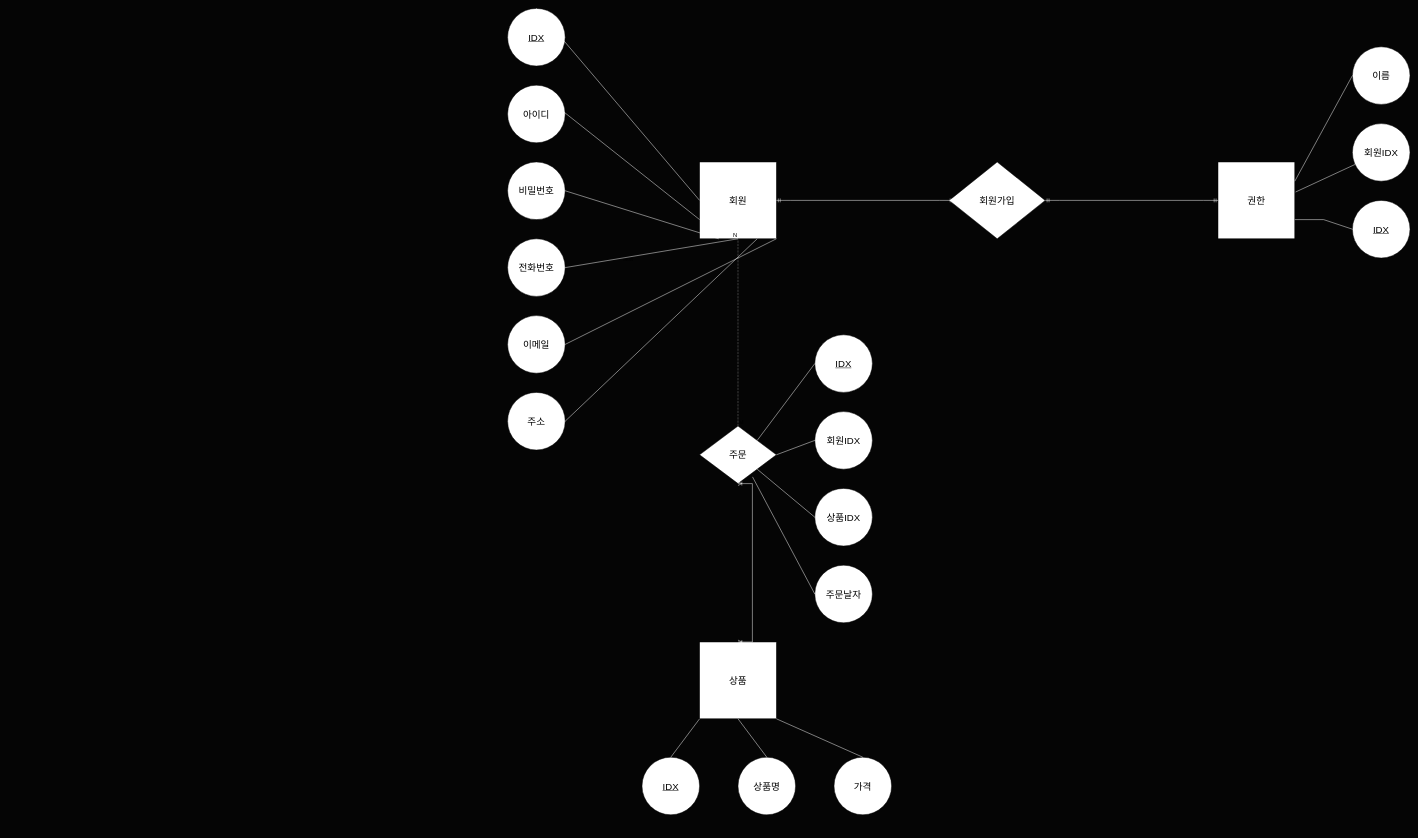
Before: src/main/java/DB E-R Diagram.drawio in kjw1995/eCommerce, a draw.io diagram. Source tidied: cells renumbered, new cells numbered last; positions are measured from the earlier drawing's top-left corner, leaving out a move shared by most shapes. Both pictures are drawn from the tidied source at 48%, with x=0, y=0 at pixel (507, 8).
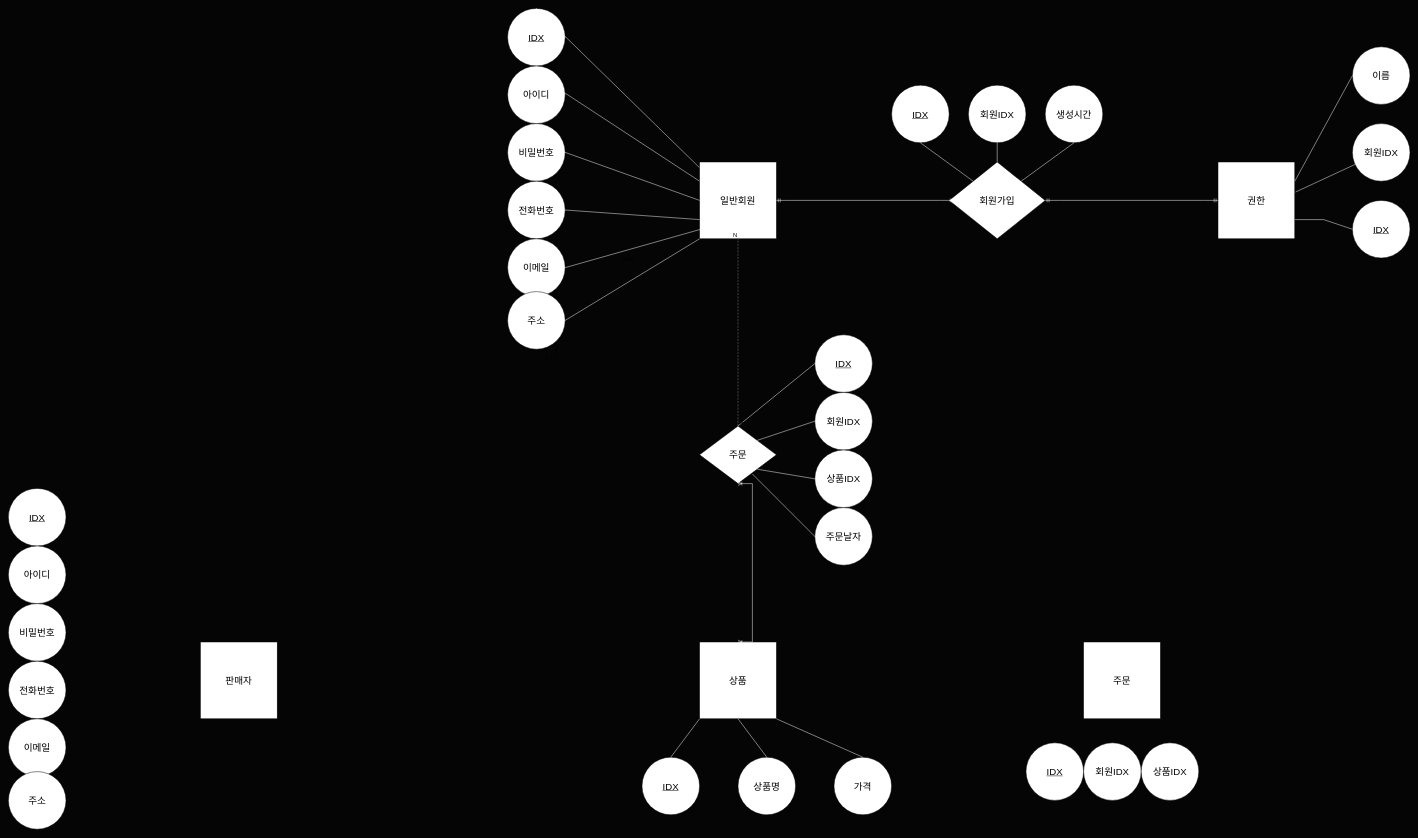
After the change.

Commit message:
draw.io 플러그인을 이용한 DB E-R 다이어그램 작성 v0.6

The change refers to these unchanged cells:
```xml
<mxCell id="3" value="&lt;font style=&quot;font-size: 20px;&quot;&gt;IDX&lt;/font&gt;" style="ellipse;whiteSpace=wrap;html=1;align=center;fontStyle=4;" parent="1" vertex="1">
  <mxGeometry width="120" height="120" as="geometry" />
</mxCell>
<mxCell id="16" value="&lt;span style=&quot;font-size: 20px;&quot;&gt;회원가입&lt;/span&gt;" style="shape=rhombus;perimeter=rhombusPerimeter;whiteSpace=wrap;html=1;align=center;" parent="1" vertex="1">
  <mxGeometry x="920" y="320" width="200" height="160" as="geometry" />
</mxCell>
<mxCell id="23" value="&lt;font style=&quot;font-size: 20px;&quot;&gt;주문&lt;/font&gt;" style="shape=rhombus;perimeter=rhombusPerimeter;whiteSpace=wrap;html=1;align=center;" parent="1" vertex="1">
  <mxGeometry x="400" y="870" width="160" height="120" as="geometry" />
</mxCell>
<mxCell id="32" value="&lt;font style=&quot;font-size: 20px;&quot;&gt;IDX&lt;/font&gt;" style="ellipse;whiteSpace=wrap;html=1;align=center;fontStyle=4;" parent="1" vertex="1">
  <mxGeometry x="640" y="680" width="120" height="120" as="geometry" />
</mxCell>
```

Diff of the diagram source:
```diff
@@
-    <mxCell id="2" value="&lt;font style=&quot;font-size: 20px;&quot;&gt;회원&lt;/font&gt;" style="whiteSpace=wrap;html=1;align=center;" parent="1" vertex="1">
+    <mxCell id="2" value="&lt;span style=&quot;font-size: 20px;&quot;&gt;일반회원&lt;/span&gt;" style="whiteSpace=wrap;html=1;align=center;" parent="1" vertex="1">
       <mxGeometry x="400" y="320" width="160" height="160" as="geometry" />
     </mxCell>
@@
     <mxCell id="4" value="&lt;font style=&quot;font-size: 20px;&quot;&gt;아이디&lt;/font&gt;" style="ellipse;whiteSpace=wrap;html=1;align=center;" parent="1" vertex="1">
-      <mxGeometry y="160" width="120" height="120" as="geometry" />
+      <mxGeometry y="120" width="120" height="120" as="geometry" />
     </mxCell>
     <mxCell id="5" value="&lt;font style=&quot;font-size: 20px;&quot;&gt;비밀번호&lt;/font&gt;" style="ellipse;whiteSpace=wrap;html=1;align=center;" parent="1" vertex="1">
-      <mxGeometry y="320" width="120" height="120" as="geometry" />
+      <mxGeometry y="240" width="120" height="120" as="geometry" />
     </mxCell>
     <mxCell id="6" value="&lt;font style=&quot;font-size: 20px;&quot;&gt;전화번호&lt;/font&gt;" style="ellipse;whiteSpace=wrap;html=1;align=center;" parent="1" vertex="1">
-      <mxGeometry y="480" width="120" height="120" as="geometry" />
+      <mxGeometry y="360" width="120" height="120" as="geometry" />
     </mxCell>
     <mxCell id="7" value="&lt;font style=&quot;font-size: 20px;&quot;&gt;이메일&lt;/font&gt;" style="ellipse;whiteSpace=wrap;html=1;align=center;" parent="1" vertex="1">
-      <mxGeometry y="640" width="120" height="120" as="geometry" />
+      <mxGeometry y="480" width="120" height="120" as="geometry" />
     </mxCell>
+    <mxCell id="47" style="edgeStyle=orthogonalEdgeStyle;rounded=0;jettySize=auto;html=1;exitX=1;exitY=0;exitDx=0;exitDy=0;" parent="1" edge="1" source="8">
+      <mxGeometry relative="1" as="geometry">
+        <mxPoint x="80" y="650" as="targetPoint" />
+      </mxGeometry>
+    </mxCell>
     <mxCell id="8" value="&lt;font style=&quot;font-size: 20px;&quot;&gt;주소&lt;/font&gt;" style="ellipse;whiteSpace=wrap;html=1;align=center;" parent="1" vertex="1">
-      <mxGeometry y="800" width="120" height="120" as="geometry" />
+      <mxGeometry y="590" width="120" height="120" as="geometry" />
     </mxCell>
@@
-    <mxCell id="10" style="endArrow=none;html=1;rounded=0;exitX=0.5;exitY=0;exitDx=0;exitDy=0;entryX=0;entryY=0.5;entryDx=0;entryDy=0;strokeColor=#FFFFFF;" parent="1" edge="1" source="3" target="2">
+    <mxCell id="10" style="endArrow=none;html=1;rounded=0;exitX=0.5;exitY=0;exitDx=0;exitDy=0;entryX=-0.002;entryY=0.073;entryDx=0;entryDy=0;strokeColor=#FFFFFF;entryPerimeter=0;" parent="1" edge="1" source="3" target="2">
       <mxGeometry relative="1" as="geometry" />
     </mxCell>
-    <mxCell id="11" style="endArrow=none;html=1;rounded=0;entryX=0;entryY=0.75;entryDx=0;entryDy=0;strokeColor=#FFFFFF;exitX=0.917;exitY=0.417;exitDx=0;exitDy=0;exitPerimeter=0;" parent="1" edge="1" source="4" target="2">
+    <mxCell id="11" style="endArrow=none;html=1;rounded=0;entryX=0;entryY=0.25;entryDx=0;entryDy=0;strokeColor=#FFFFFF;exitX=0.917;exitY=0.417;exitDx=0;exitDy=0;exitPerimeter=0;" parent="1" edge="1" source="4" target="2">
       <mxGeometry relative="1" as="geometry" />
     </mxCell>
-    <mxCell id="12" style="endArrow=none;html=1;rounded=0;exitX=1;exitY=0.5;exitDx=0;exitDy=0;entryX=0.25;entryY=1;entryDx=0;entryDy=0;strokeColor=#FFFFFF;" parent="1" edge="1" source="5" target="2">
+    <mxCell id="12" style="endArrow=none;html=1;rounded=0;exitX=1;exitY=0.5;exitDx=0;exitDy=0;entryX=0;entryY=0.5;entryDx=0;entryDy=0;strokeColor=#FFFFFF;" parent="1" edge="1" source="5" target="2">
       <mxGeometry relative="1" as="geometry" />
     </mxCell>
-    <mxCell id="13" style="endArrow=none;html=1;rounded=0;exitX=1;exitY=0.5;exitDx=0;exitDy=0;entryX=0.5;entryY=1;entryDx=0;entryDy=0;strokeColor=#FFFFFF;" parent="1" edge="1" source="6" target="2">
+    <mxCell id="13" style="endArrow=none;html=1;rounded=0;exitX=1;exitY=0.5;exitDx=0;exitDy=0;entryX=0;entryY=0.75;entryDx=0;entryDy=0;strokeColor=#FFFFFF;" parent="1" edge="1" source="6" target="2">
       <mxGeometry relative="1" as="geometry" />
     </mxCell>
-    <mxCell id="14" style="endArrow=none;html=1;rounded=0;exitX=1;exitY=0.5;exitDx=0;exitDy=0;entryX=1;entryY=1;entryDx=0;entryDy=0;strokeColor=#FFFFFF;" parent="1" edge="1" source="7" target="2">
+    <mxCell id="14" style="endArrow=none;html=1;rounded=0;exitX=1;exitY=0.5;exitDx=0;exitDy=0;entryX=0.019;entryY=0.875;entryDx=0;entryDy=0;strokeColor=#FFFFFF;entryPerimeter=0;" parent="1" edge="1" source="7" target="2">
       <mxGeometry relative="1" as="geometry" />
     </mxCell>
-    <mxCell id="15" style="endArrow=none;html=1;rounded=0;exitX=0.75;exitY=1;exitDx=0;exitDy=0;entryX=1;entryY=0.5;entryDx=0;entryDy=0;strokeColor=#FFFFFF;" parent="1" edge="1" source="2" target="8">
+    <mxCell id="15" style="endArrow=none;html=1;rounded=0;exitX=0;exitY=1;exitDx=0;exitDy=0;entryX=1;entryY=0.5;entryDx=0;entryDy=0;strokeColor=#FFFFFF;" parent="1" edge="1" source="2" target="8">
       <mxGeometry relative="1" as="geometry" />
     </mxCell>
@@
     <mxCell id="33" value="&lt;span style=&quot;font-size: 20px;&quot;&gt;회원IDX&lt;br&gt;&lt;/span&gt;" style="ellipse;whiteSpace=wrap;html=1;align=center;" parent="1" vertex="1">
-      <mxGeometry x="640" y="840" width="120" height="120" as="geometry" />
+      <mxGeometry x="640" y="800" width="120" height="120" as="geometry" />
     </mxCell>
@@
     <mxCell id="35" value="&lt;span style=&quot;font-size: 20px;&quot;&gt;상품IDX&lt;/span&gt;" style="ellipse;whiteSpace=wrap;html=1;align=center;" parent="1" vertex="1">
-      <mxGeometry x="640" y="1000" width="120" height="120" as="geometry" />
+      <mxGeometry x="640" y="920" width="120" height="120" as="geometry" />
     </mxCell>
     <mxCell id="36" value="&lt;span style=&quot;font-size: 20px;&quot;&gt;주문날자&lt;/span&gt;" style="ellipse;whiteSpace=wrap;html=1;align=center;" parent="1" vertex="1">
-      <mxGeometry x="640" y="1160" width="120" height="120" as="geometry" />
+      <mxGeometry x="640" y="1040" width="120" height="120" as="geometry" />
     </mxCell>
-    <mxCell id="37" style="endArrow=none;html=1;rounded=0;entryX=0;entryY=0.5;entryDx=0;entryDy=0;exitX=1;exitY=0;exitDx=0;exitDy=0;strokeColor=#FFFFFF;" parent="1" edge="1" source="23" target="32">
+    <mxCell id="37" style="endArrow=none;html=1;rounded=0;entryX=0;entryY=0.5;entryDx=0;entryDy=0;exitX=0.5;exitY=0;exitDx=0;exitDy=0;strokeColor=#FFFFFF;" parent="1" edge="1" source="23" target="32">
       <mxGeometry relative="1" as="geometry" />
     </mxCell>
-    <mxCell id="38" style="endArrow=none;html=1;rounded=0;entryX=0;entryY=0.5;entryDx=0;entryDy=0;strokeColor=#FFFFFF;" parent="1" edge="1" target="33">
-      <mxGeometry relative="1" as="geometry">
-        <mxPoint x="560" y="930" as="sourcePoint" />
-      </mxGeometry>
+    <mxCell id="38" style="endArrow=none;html=1;rounded=0;entryX=0;entryY=0.5;entryDx=0;entryDy=0;strokeColor=#FFFFFF;exitX=1;exitY=0;exitDx=0;exitDy=0;" parent="1" edge="1" source="23" target="33">
+      <mxGeometry relative="1" as="geometry" />
     </mxCell>
-    <mxCell id="39" style="endArrow=none;html=1;rounded=0;entryX=0;entryY=0.5;entryDx=0;entryDy=0;exitX=1;exitY=1;exitDx=0;exitDy=0;strokeColor=#FFFFFF;" parent="1" edge="1">
+    <mxCell id="39" style="endArrow=none;html=1;rounded=0;entryX=0;entryY=0.5;entryDx=0;entryDy=0;exitX=1;exitY=1;exitDx=0;exitDy=0;strokeColor=#FFFFFF;" parent="1" edge="1" target="35">
       <mxGeometry relative="1" as="geometry">
         <mxPoint x="520" y="960" as="sourcePoint" />
-        <mxPoint x="640" y="1060" as="targetPoint" />
       </mxGeometry>
     </mxCell>
-    <mxCell id="40" style="endArrow=none;html=1;rounded=0;entryX=0;entryY=0.5;entryDx=0;entryDy=0;exitX=0.689;exitY=0.883;exitDx=0;exitDy=0;exitPerimeter=0;strokeColor=#FFFFFF;" parent="1" edge="1" source="23" target="36">
-      <mxGeometry relative="1" as="geometry" />
+    <mxCell id="40" style="endArrow=none;html=1;rounded=0;entryX=0;entryY=0.5;entryDx=0;entryDy=0;strokeColor=#FFFFFF;" parent="1" edge="1" target="36">
+      <mxGeometry relative="1" as="geometry">
+        <mxPoint x="510" y="970" as="sourcePoint" />
+      </mxGeometry>
     </mxCell>
@@
+    <mxCell id="48" value="&lt;font style=&quot;font-size: 20px;&quot;&gt;IDX&lt;/font&gt;" style="ellipse;whiteSpace=wrap;html=1;align=center;fontStyle=4;" parent="1" vertex="1">
+      <mxGeometry x="800" y="160" width="120" height="120" as="geometry" />
+    </mxCell>
+    <mxCell id="49" value="&lt;span style=&quot;font-size: 20px;&quot;&gt;회원IDX&lt;br&gt;&lt;/span&gt;" style="ellipse;whiteSpace=wrap;html=1;align=center;" parent="1" vertex="1">
+      <mxGeometry x="960" y="160" width="120" height="120" as="geometry" />
+    </mxCell>
+    <mxCell id="50" value="&lt;span style=&quot;font-size: 20px;&quot;&gt;생성시간&lt;br&gt;&lt;/span&gt;" style="ellipse;whiteSpace=wrap;html=1;align=center;" parent="1" vertex="1">
+      <mxGeometry x="1120" y="160" width="120" height="120" as="geometry" />
+    </mxCell>
+    <mxCell id="51" style="endArrow=none;html=1;rounded=0;exitX=0.5;exitY=1;exitDx=0;exitDy=0;entryX=0;entryY=0;entryDx=0;entryDy=0;strokeColor=#FFFFFF;" parent="1" edge="1" source="48" target="16">
+      <mxGeometry relative="1" as="geometry" />
+    </mxCell>
+    <mxCell id="52" style="endArrow=none;html=1;rounded=0;strokeColor=#FFFFFF;exitX=0.5;exitY=1;exitDx=0;exitDy=0;" parent="1" edge="1" source="49" target="16">
+      <mxGeometry relative="1" as="geometry" />
+    </mxCell>
+    <mxCell id="53" style="endArrow=none;html=1;rounded=0;exitX=0.5;exitY=1;exitDx=0;exitDy=0;entryX=1;entryY=0;entryDx=0;entryDy=0;strokeColor=#FFFFFF;" parent="1" edge="1" source="50" target="16">
+      <mxGeometry relative="1" as="geometry" />
+    </mxCell>
+    <mxCell id="54" value="&lt;font style=&quot;font-size: 20px;&quot;&gt;주문&lt;/font&gt;" style="whiteSpace=wrap;html=1;align=center;" parent="1" vertex="1">
+      <mxGeometry x="1200" y="1320" width="160" height="160" as="geometry" />
+    </mxCell>
+    <mxCell id="55" value="&lt;font style=&quot;font-size: 20px;&quot;&gt;IDX&lt;/font&gt;" style="ellipse;whiteSpace=wrap;html=1;align=center;fontStyle=4;" parent="1" vertex="1">
+      <mxGeometry x="1080" y="1530" width="120" height="120" as="geometry" />
+    </mxCell>
+    <mxCell id="56" value="&lt;span style=&quot;font-size: 20px;&quot;&gt;회원IDX&lt;/span&gt;" style="ellipse;whiteSpace=wrap;html=1;align=center;" parent="1" vertex="1">
+      <mxGeometry x="1200" y="1530" width="120" height="120" as="geometry" />
+    </mxCell>
+    <mxCell id="57" value="&lt;span style=&quot;font-size: 20px;&quot;&gt;상품IDX&lt;/span&gt;" style="ellipse;whiteSpace=wrap;html=1;align=center;" parent="1" vertex="1">
+      <mxGeometry x="1320" y="1530" width="120" height="120" as="geometry" />
+    </mxCell>
+    <mxCell id="58" value="&lt;span style=&quot;font-size: 20px;&quot;&gt;판매자&lt;/span&gt;" style="whiteSpace=wrap;html=1;align=center;" parent="1" vertex="1">
+      <mxGeometry x="-640" y="1320" width="160" height="160" as="geometry" />
+    </mxCell>
+    <mxCell id="59" value="&lt;font style=&quot;font-size: 20px;&quot;&gt;IDX&lt;/font&gt;" style="ellipse;whiteSpace=wrap;html=1;align=center;fontStyle=4;" parent="1" vertex="1">
+      <mxGeometry x="-1040" y="1000" width="120" height="120" as="geometry" />
+    </mxCell>
+    <mxCell id="60" value="&lt;font style=&quot;font-size: 20px;&quot;&gt;아이디&lt;/font&gt;" style="ellipse;whiteSpace=wrap;html=1;align=center;" parent="1" vertex="1">
+      <mxGeometry x="-1040" y="1120" width="120" height="120" as="geometry" />
+    </mxCell>
+    <mxCell id="61" value="&lt;font style=&quot;font-size: 20px;&quot;&gt;비밀번호&lt;/font&gt;" style="ellipse;whiteSpace=wrap;html=1;align=center;" parent="1" vertex="1">
+      <mxGeometry x="-1040" y="1240" width="120" height="120" as="geometry" />
+    </mxCell>
+    <mxCell id="62" value="&lt;font style=&quot;font-size: 20px;&quot;&gt;전화번호&lt;/font&gt;" style="ellipse;whiteSpace=wrap;html=1;align=center;" parent="1" vertex="1">
+      <mxGeometry x="-1040" y="1360" width="120" height="120" as="geometry" />
+    </mxCell>
+    <mxCell id="63" value="&lt;font style=&quot;font-size: 20px;&quot;&gt;이메일&lt;/font&gt;" style="ellipse;whiteSpace=wrap;html=1;align=center;" parent="1" vertex="1">
+      <mxGeometry x="-1040" y="1480" width="120" height="120" as="geometry" />
+    </mxCell>
+    <mxCell id="64" value="&lt;font style=&quot;font-size: 20px;&quot;&gt;주소&lt;/font&gt;" style="ellipse;whiteSpace=wrap;html=1;align=center;" parent="1" vertex="1">
+      <mxGeometry x="-1040" y="1590" width="120" height="120" as="geometry" />
+    </mxCell>
```
